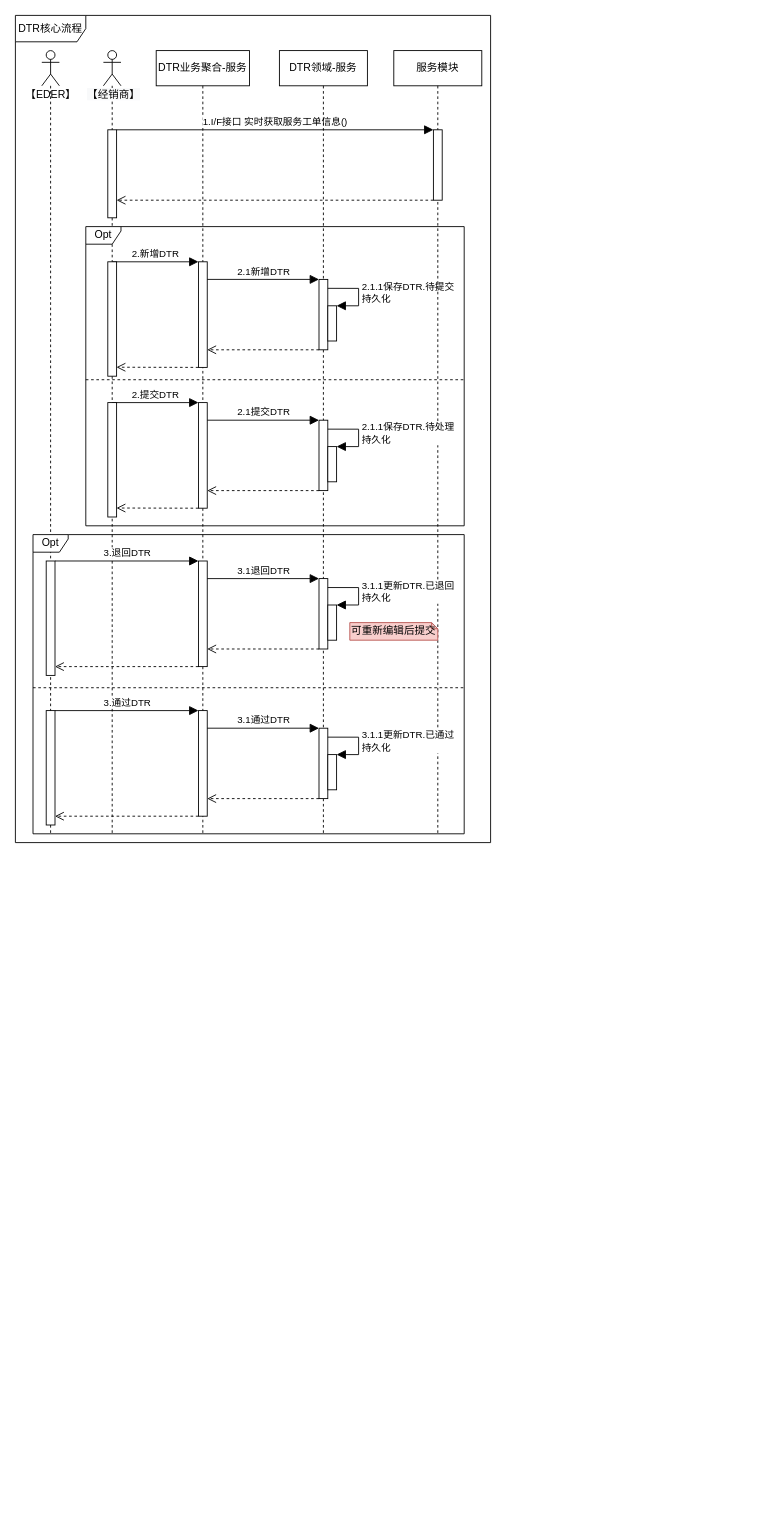
The draw.io diagram page "DTR核心流程" (8 of 8) of images/DTR时序图.drawio in 1132489442/designer, before the edit. Source tidied: cells renumbered, new cells numbered last; positions are measured from the earlier drawing's top-left corner, leaving out a move shared by most shapes. Both pictures are drawn from the tidied source at 88%, with x=0, y=0 at pixel (15, 15).
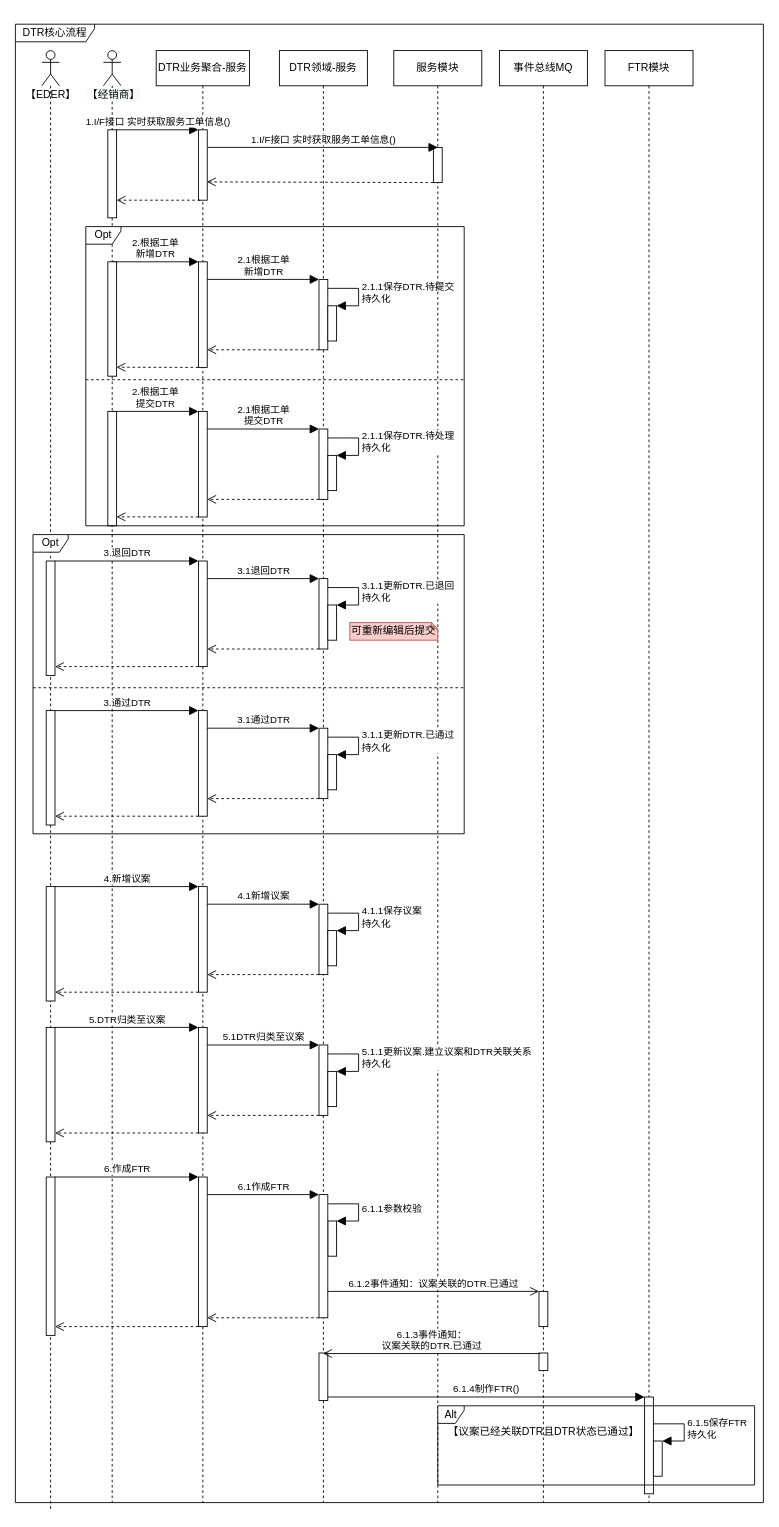
The same diagram, later.

Commit message (it also covers changes not shown here):
更新DTR时序图.drawio

The change refers to these unchanged cells:
```xml
<mxCell id="5" style="html=1;points=[];perimeter=orthogonalPerimeter;fillColor=#FFFFFF;" parent="2" vertex="1">
  <mxGeometry x="48" y="240" width="10" height="120" as="geometry" />
</mxCell>
<mxCell id="8" style="html=1;points=[];perimeter=orthogonalPerimeter;fillColor=#FFFFFF;" parent="7" vertex="1">
  <mxGeometry x="45" y="260" width="10" height="80" as="geometry" />
</mxCell>
```

The edit, as a diff of the source:
```diff
@@
     <mxCell id="2" value="DTR业务聚合-服务" style="shape=umlLifeline;perimeter=lifelinePerimeter;whiteSpace=wrap;html=1;" parent="1" vertex="1">
-      <mxGeometry x="160" y="40" width="106" height="890" as="geometry" />
+      <mxGeometry x="160" y="40" width="106" height="1650" as="geometry" />
     </mxCell>
@@
-    <mxCell id="4" style="html=1;verticalAlign=bottom;endArrow=open;dashed=1;endSize=8;exitX=0;exitY=0.95;rounded=0;" parent="2" edge="1">
+    <mxCell id="4" style="html=1;verticalAlign=bottom;endArrow=open;dashed=1;endSize=8;exitX=0;exitY=0.95;rounded=0;entryX=0.969;entryY=0.74;entryDx=0;entryDy=0;entryPerimeter=0;" parent="2" edge="1" target="19">
       <mxGeometry relative="1" as="geometry">
-        <mxPoint x="315" y="170" as="sourcePoint" />
-        <mxPoint x="-45" y="170" as="targetPoint" />
+        <mxPoint x="315" y="150" as="sourcePoint" />
       </mxGeometry>
     </mxCell>
@@
-    <mxCell id="6" value="2.新增DTR" style="html=1;verticalAlign=bottom;endArrow=block;entryX=0;entryY=0;rounded=0;endSize=8;" parent="2" edge="1" target="5">
+    <mxCell id="6" value="2.根据工单&lt;br&gt;新增DTR" style="html=1;verticalAlign=bottom;endArrow=block;entryX=0;entryY=0;rounded=0;endSize=8;" parent="2" edge="1" target="5">
       <mxGeometry relative="1" as="geometry">
         <mxPoint x="-50" y="240" as="sourcePoint" />
       </mxGeometry>
     </mxCell>
+    <mxCell id="19" style="html=1;points=[];perimeter=orthogonalPerimeter;fillColor=#FFFFFF;" parent="2" vertex="1">
+      <mxGeometry x="48" y="90" width="10" height="80" as="geometry" />
+    </mxCell>
     <mxCell id="7" value="DTR领域-服务" style="shape=umlLifeline;perimeter=lifelinePerimeter;whiteSpace=wrap;html=1;" parent="1" vertex="1">
-      <mxGeometry x="300" y="40" width="100" height="890" as="geometry" />
+      <mxGeometry x="300" y="40" width="100" height="1650" as="geometry" />
     </mxCell>
@@
+    <mxCell id="55" style="html=1;points=[];perimeter=orthogonalPerimeter;fillColor=#FFFFFF;" parent="7" vertex="1">
+      <mxGeometry x="55" y="1330" width="10" height="40" as="geometry" />
+    </mxCell>
+    <mxCell id="56" style="html=1;perimeter=orthogonalPerimeter;fillColor=#FFFFFF;" parent="7" vertex="1">
+      <mxGeometry x="45" y="1480" width="10" height="54" as="geometry" />
+    </mxCell>
     <mxCell id="11" style="shape=umlLifeline;participant=umlActor;perimeter=lifelinePerimeter;whiteSpace=wrap;html=1;verticalAlign=top;spacingTop=36;fillColor=#FFFFFF;" parent="1" vertex="1">
-      <mxGeometry x="30" y="40" width="20" height="890" as="geometry" />
+      <mxGeometry x="30" y="40" width="20" height="1660" as="geometry" />
     </mxCell>
@@
     <mxCell id="13" style="shape=umlLifeline;participant=umlActor;perimeter=lifelinePerimeter;whiteSpace=wrap;html=1;verticalAlign=top;spacingTop=36;fillColor=#FFFFFF;" parent="1" vertex="1">
-      <mxGeometry x="100" y="40" width="20" height="890" as="geometry" />
+      <mxGeometry x="100" y="40" width="20" height="1650" as="geometry" />
     </mxCell>
@@
     <mxCell id="18" value="服务模块" style="shape=umlLifeline;perimeter=lifelinePerimeter;whiteSpace=wrap;html=1;" parent="1" vertex="1">
-      <mxGeometry x="430" y="40" width="100" height="890" as="geometry" />
+      <mxGeometry x="430" y="40" width="100" height="1650" as="geometry" />
     </mxCell>
-    <mxCell id="19" style="html=1;points=[];perimeter=orthogonalPerimeter;fillColor=#FFFFFF;" parent="18" vertex="1">
-      <mxGeometry x="45" y="90" width="10" height="80" as="geometry" />
-    </mxCell>
@@
+    <mxCell id="57" style="html=1;perimeter=orthogonalPerimeter;fillColor=#FFFFFF;" parent="18" vertex="1">
+      <mxGeometry x="45" y="110" width="10" height="40" as="geometry" />
+    </mxCell>
@@
-    <mxCell id="22" value="2.1新增DTR" style="html=1;verticalAlign=bottom;endArrow=block;entryX=0;entryY=0;rounded=0;endSize=8;" parent="1" edge="1" target="8">
+    <mxCell id="22" value="2.1根据工单&lt;br&gt;新增DTR" style="html=1;verticalAlign=bottom;endArrow=block;entryX=0;entryY=0;rounded=0;endSize=8;" parent="1" edge="1" target="8">
       <mxGeometry relative="1" as="geometry">
         <mxPoint x="218" y="300" as="sourcePoint" />
       </mxGeometry>
     </mxCell>
@@
     <mxCell id="24" style="html=1;points=[];perimeter=orthogonalPerimeter;fillColor=#FFFFFF;" parent="1" vertex="1">
-      <mxGeometry x="208" y="440" width="10" height="120" as="geometry" />
+      <mxGeometry x="208" y="450" width="10" height="120" as="geometry" />
     </mxCell>
-    <mxCell id="25" value="2.提交DTR" style="html=1;verticalAlign=bottom;endArrow=block;entryX=0;entryY=0;rounded=0;endSize=8;" parent="1" edge="1" target="24">
+    <mxCell id="25" value="2.根据工单&lt;br&gt;提交DTR" style="html=1;verticalAlign=bottom;endArrow=block;entryX=0;entryY=0;rounded=0;endSize=8;" parent="1" edge="1" target="24">
       <mxGeometry relative="1" as="geometry">
-        <mxPoint x="110" y="440" as="sourcePoint" />
+        <mxPoint x="110" y="450" as="sourcePoint" />
       </mxGeometry>
     </mxCell>
     <mxCell id="26" style="html=1;points=[];perimeter=orthogonalPerimeter;fillColor=#FFFFFF;" parent="1" vertex="1">
-      <mxGeometry x="345" y="460" width="10" height="80" as="geometry" />
+      <mxGeometry x="345" y="470" width="10" height="80" as="geometry" />
     </mxCell>
     <mxCell id="27" style="html=1;points=[];perimeter=orthogonalPerimeter;fillColor=#FFFFFF;" parent="1" vertex="1">
-      <mxGeometry x="355" y="490" width="10" height="40" as="geometry" />
+      <mxGeometry x="355" y="500" width="10" height="40" as="geometry" />
     </mxCell>
     <mxCell id="28" value="2.1.1保存DTR.待处理&lt;br&gt;持久化" style="edgeStyle=orthogonalEdgeStyle;html=1;align=left;spacingLeft=2;endArrow=block;rounded=0;entryX=1;entryY=0;endSize=8;exitX=0.999;exitY=0.127;exitDx=0;exitDy=0;exitPerimeter=0;" parent="1" edge="1" source="26" target="27">
       <mxGeometry relative="1" as="geometry">
         <Array as="points">
-          <mxPoint x="390" y="470" />
-          <mxPoint x="390" y="490" />
+          <mxPoint x="390" y="480" />
+          <mxPoint x="390" y="500" />
         </Array>
       </mxGeometry>
     </mxCell>
     <mxCell id="29" style="html=1;perimeter=orthogonalPerimeter;fillColor=#FFFFFF;" parent="1" vertex="1">
-      <mxGeometry x="105" y="440" width="10" height="130" as="geometry" />
+      <mxGeometry x="105" y="450" width="10" height="130" as="geometry" />
     </mxCell>
     <mxCell id="30" style="html=1;verticalAlign=bottom;endArrow=open;dashed=1;endSize=8;exitX=0;exitY=0.95;rounded=0;entryX=0.987;entryY=0.875;entryDx=0;entryDy=0;entryPerimeter=0;" parent="1" edge="1">
       <mxGeometry relative="1" as="geometry">
-        <mxPoint x="208" y="560" as="sourcePoint" />
-        <mxPoint x="114.9" y="559.8" as="targetPoint" />
+        <mxPoint x="208" y="570" as="sourcePoint" />
+        <mxPoint x="114.9" y="569.8" as="targetPoint" />
       </mxGeometry>
     </mxCell>
-    <mxCell id="31" value="2.1提交DTR" style="html=1;verticalAlign=bottom;endArrow=block;entryX=0;entryY=0;rounded=0;endSize=8;" parent="1" edge="1" target="26">
+    <mxCell id="31" value="2.1根据工单&lt;br&gt;提交DTR" style="html=1;verticalAlign=bottom;endArrow=block;entryX=0;entryY=0;rounded=0;endSize=8;" parent="1" edge="1" target="26">
       <mxGeometry relative="1" as="geometry">
-        <mxPoint x="218" y="460" as="sourcePoint" />
+        <mxPoint x="218" y="470" as="sourcePoint" />
       </mxGeometry>
     </mxCell>
     <mxCell id="32" style="html=1;verticalAlign=bottom;endArrow=open;dashed=1;endSize=8;exitX=0;exitY=0.95;rounded=0;" parent="1" edge="1">
       <mxGeometry relative="1" as="geometry">
-        <mxPoint x="345" y="540" as="sourcePoint" />
-        <mxPoint x="218" y="540" as="targetPoint" />
+        <mxPoint x="345" y="550" as="sourcePoint" />
+        <mxPoint x="218" y="550" as="targetPoint" />
       </mxGeometry>
     </mxCell>
@@
+    <mxCell id="58" style="html=1;points=[];perimeter=orthogonalPerimeter;fillColor=#FFFFFF;" parent="1" vertex="1">
+      <mxGeometry x="35" y="990" width="10" height="130" as="geometry" />
+    </mxCell>
+    <mxCell id="59" style="html=1;points=[];perimeter=orthogonalPerimeter;fillColor=#FFFFFF;" parent="1" vertex="1">
+      <mxGeometry x="208" y="990" width="10" height="120" as="geometry" />
+    </mxCell>
+    <mxCell id="60" value="4.新增议案" style="html=1;verticalAlign=bottom;endArrow=block;entryX=0;entryY=0;rounded=0;endSize=8;" parent="1" edge="1" source="58" target="59">
+      <mxGeometry relative="1" as="geometry" />
+    </mxCell>
+    <mxCell id="61" style="html=1;points=[];perimeter=orthogonalPerimeter;fillColor=#FFFFFF;" parent="1" vertex="1">
+      <mxGeometry x="345" y="1010" width="10" height="80" as="geometry" />
+    </mxCell>
+    <mxCell id="62" style="html=1;points=[];perimeter=orthogonalPerimeter;fillColor=#FFFFFF;" parent="1" vertex="1">
+      <mxGeometry x="355" y="1040" width="10" height="40" as="geometry" />
+    </mxCell>
+    <mxCell id="63" value="4.1.1保存议案&lt;br&gt;持久化" style="edgeStyle=orthogonalEdgeStyle;html=1;align=left;spacingLeft=2;endArrow=block;rounded=0;entryX=1;entryY=0;endSize=8;exitX=0.999;exitY=0.127;exitDx=0;exitDy=0;exitPerimeter=0;" parent="1" edge="1" source="61" target="62">
+      <mxGeometry relative="1" as="geometry">
+        <Array as="points">
+          <mxPoint x="390" y="1020" />
+          <mxPoint x="390" y="1040" />
+        </Array>
+      </mxGeometry>
+    </mxCell>
+    <mxCell id="64" style="html=1;verticalAlign=bottom;endArrow=open;dashed=1;endSize=8;exitX=0;exitY=0.95;rounded=0;" parent="1" edge="1" target="58">
+      <mxGeometry relative="1" as="geometry">
+        <mxPoint x="208" y="1110" as="sourcePoint" />
+      </mxGeometry>
+    </mxCell>
+    <mxCell id="65" value="4.1新增议案" style="html=1;verticalAlign=bottom;endArrow=block;entryX=0;entryY=0;rounded=0;endSize=8;" parent="1" edge="1" target="61">
+      <mxGeometry relative="1" as="geometry">
+        <mxPoint x="218" y="1010" as="sourcePoint" />
+      </mxGeometry>
+    </mxCell>
+    <mxCell id="66" style="html=1;verticalAlign=bottom;endArrow=open;dashed=1;endSize=8;exitX=0;exitY=0.95;rounded=0;" parent="1" edge="1">
+      <mxGeometry relative="1" as="geometry">
+        <mxPoint x="345" y="1090" as="sourcePoint" />
+        <mxPoint x="218" y="1090" as="targetPoint" />
+      </mxGeometry>
+    </mxCell>
+    <mxCell id="67" style="html=1;points=[];perimeter=orthogonalPerimeter;fillColor=#FFFFFF;" parent="1" vertex="1">
+      <mxGeometry x="35" y="1150" width="10" height="130" as="geometry" />
+    </mxCell>
+    <mxCell id="68" style="html=1;points=[];perimeter=orthogonalPerimeter;fillColor=#FFFFFF;" parent="1" vertex="1">
+      <mxGeometry x="208" y="1150" width="10" height="120" as="geometry" />
+    </mxCell>
+    <mxCell id="69" value="5.DTR归类至议案" style="html=1;verticalAlign=bottom;endArrow=block;entryX=0;entryY=0;rounded=0;endSize=8;" parent="1" edge="1" source="67" target="68">
+      <mxGeometry relative="1" as="geometry" />
+    </mxCell>
+    <mxCell id="70" style="html=1;points=[];perimeter=orthogonalPerimeter;fillColor=#FFFFFF;" parent="1" vertex="1">
+      <mxGeometry x="345" y="1170" width="10" height="80" as="geometry" />
+    </mxCell>
+    <mxCell id="71" style="html=1;points=[];perimeter=orthogonalPerimeter;fillColor=#FFFFFF;" parent="1" vertex="1">
+      <mxGeometry x="355" y="1200" width="10" height="40" as="geometry" />
+    </mxCell>
+    <mxCell id="72" value="5.1.1更新议案.建立议案和DTR关联关系&lt;br&gt;持久化" style="edgeStyle=orthogonalEdgeStyle;html=1;align=left;spacingLeft=2;endArrow=block;rounded=0;entryX=1;entryY=0;endSize=8;exitX=0.999;exitY=0.127;exitDx=0;exitDy=0;exitPerimeter=0;" parent="1" edge="1" source="70" target="71">
+      <mxGeometry relative="1" as="geometry">
+        <Array as="points">
+          <mxPoint x="390" y="1180" />
+          <mxPoint x="390" y="1200" />
+        </Array>
+      </mxGeometry>
+    </mxCell>
+    <mxCell id="73" style="html=1;verticalAlign=bottom;endArrow=open;dashed=1;endSize=8;exitX=0;exitY=0.95;rounded=0;" parent="1" edge="1" target="67">
+      <mxGeometry relative="1" as="geometry">
+        <mxPoint x="208" y="1270" as="sourcePoint" />
+      </mxGeometry>
+    </mxCell>
+    <mxCell id="74" value="5.1DTR归类至议案" style="html=1;verticalAlign=bottom;endArrow=block;entryX=0;entryY=0;rounded=0;endSize=8;" parent="1" edge="1" target="70">
+      <mxGeometry relative="1" as="geometry">
+        <mxPoint x="218" y="1170" as="sourcePoint" />
+      </mxGeometry>
+    </mxCell>
+    <mxCell id="75" style="html=1;verticalAlign=bottom;endArrow=open;dashed=1;endSize=8;exitX=0;exitY=0.95;rounded=0;" parent="1" edge="1">
+      <mxGeometry relative="1" as="geometry">
+        <mxPoint x="345" y="1250" as="sourcePoint" />
+        <mxPoint x="218" y="1250" as="targetPoint" />
+      </mxGeometry>
+    </mxCell>
+    <mxCell id="76" style="html=1;points=[];perimeter=orthogonalPerimeter;fillColor=#FFFFFF;" parent="1" vertex="1">
+      <mxGeometry x="35" y="1320" width="10" height="180" as="geometry" />
+    </mxCell>
+    <mxCell id="77" style="html=1;points=[];perimeter=orthogonalPerimeter;fillColor=#FFFFFF;" parent="1" vertex="1">
+      <mxGeometry x="208" y="1320" width="10" height="170" as="geometry" />
+    </mxCell>
+    <mxCell id="78" value="6.作成FTR" style="html=1;verticalAlign=bottom;endArrow=block;entryX=0;entryY=0;rounded=0;endSize=8;" parent="1" edge="1" source="76" target="77">
+      <mxGeometry relative="1" as="geometry" />
+    </mxCell>
+    <mxCell id="79" style="html=1;points=[];perimeter=orthogonalPerimeter;fillColor=#FFFFFF;" parent="1" vertex="1">
+      <mxGeometry x="345" y="1340" width="10" height="140" as="geometry" />
+    </mxCell>
+    <mxCell id="80" style="html=1;verticalAlign=bottom;endArrow=open;dashed=1;endSize=8;exitX=0;exitY=0.95;rounded=0;" parent="1" edge="1">
+      <mxGeometry relative="1" as="geometry">
+        <mxPoint x="208" y="1490" as="sourcePoint" />
+        <mxPoint x="45" y="1490" as="targetPoint" />
+      </mxGeometry>
+    </mxCell>
+    <mxCell id="81" value="6.1作成FTR" style="html=1;verticalAlign=bottom;endArrow=block;entryX=0;entryY=0;rounded=0;endSize=8;" parent="1" edge="1" target="79">
+      <mxGeometry relative="1" as="geometry">
+        <mxPoint x="218" y="1340" as="sourcePoint" />
+      </mxGeometry>
+    </mxCell>
+    <mxCell id="82" style="html=1;verticalAlign=bottom;endArrow=open;dashed=1;endSize=8;exitX=0;exitY=0.95;rounded=0;" parent="1" edge="1">
+      <mxGeometry relative="1" as="geometry">
+        <mxPoint x="345" y="1480" as="sourcePoint" />
+        <mxPoint x="218" y="1480" as="targetPoint" />
+      </mxGeometry>
+    </mxCell>
+    <mxCell id="83" value="事件总线MQ" style="shape=umlLifeline;perimeter=lifelinePerimeter;whiteSpace=wrap;html=1;" parent="1" vertex="1">
+      <mxGeometry x="550" y="40" width="100" height="1650" as="geometry" />
+    </mxCell>
+    <mxCell id="84" style="html=1;points=[];perimeter=orthogonalPerimeter;fillColor=#FFFFFF;" parent="83" vertex="1">
+      <mxGeometry x="45" y="1410" width="10" height="40" as="geometry" />
+    </mxCell>
+    <mxCell id="85" style="html=1;perimeter=orthogonalPerimeter;fillColor=#FFFFFF;" parent="83" vertex="1">
+      <mxGeometry x="45" y="1480" width="10" height="20" as="geometry" />
+    </mxCell>
+    <mxCell id="86" value="6.1.1参数校验" style="edgeStyle=orthogonalEdgeStyle;html=1;align=left;spacingLeft=2;endArrow=block;rounded=0;entryX=1;entryY=0;endSize=8;exitX=1.042;exitY=0.075;exitDx=0;exitDy=0;exitPerimeter=0;" parent="1" edge="1" source="79" target="55">
+      <mxGeometry relative="1" as="geometry">
+        <Array as="points">
+          <mxPoint x="390" y="1351" />
+          <mxPoint x="390" y="1370" />
+        </Array>
+      </mxGeometry>
+    </mxCell>
+    <mxCell id="87" value="6.1.2事件通知：议案关联的DTR.已通过" style="html=1;verticalAlign=bottom;endArrow=open;entryX=0;entryY=0;rounded=0;endSize=8;endFill=0;" parent="1" edge="1" target="84">
+      <mxGeometry relative="1" as="geometry">
+        <mxPoint x="355" y="1450" as="sourcePoint" />
+      </mxGeometry>
+    </mxCell>
+    <mxCell id="88" value="FTR模块" style="shape=umlLifeline;perimeter=lifelinePerimeter;whiteSpace=wrap;html=1;" parent="1" vertex="1">
+      <mxGeometry x="670" y="40" width="100" height="1650" as="geometry" />
+    </mxCell>
+    <mxCell id="89" style="html=1;points=[];perimeter=orthogonalPerimeter;fillColor=#FFFFFF;" parent="88" vertex="1">
+      <mxGeometry x="45" y="1530" width="10" height="110" as="geometry" />
+    </mxCell>
+    <mxCell id="90" style="html=1;points=[];perimeter=orthogonalPerimeter;fillColor=#FFFFFF;" parent="88" vertex="1">
+      <mxGeometry x="55" y="1580" width="10" height="40" as="geometry" />
+    </mxCell>
+    <mxCell id="91" value="6.1.5保存FTR&lt;br&gt;持久化" style="edgeStyle=orthogonalEdgeStyle;html=1;align=left;spacingLeft=2;endArrow=block;rounded=0;entryX=1;entryY=0;endSize=8;exitX=1.016;exitY=0.132;exitDx=0;exitDy=0;exitPerimeter=0;" parent="88" edge="1" target="90">
+      <mxGeometry relative="1" as="geometry">
+        <mxPoint x="55.2" y="1560.5" as="sourcePoint" />
+        <Array as="points">
+          <mxPoint x="90" y="1561" />
+          <mxPoint x="90" y="1580" />
+        </Array>
+      </mxGeometry>
+    </mxCell>
+    <mxCell id="92" value="6.1.3事件通知：&lt;br&gt;议案关联的DTR.已通过" style="html=1;verticalAlign=bottom;endArrow=open;rounded=0;endSize=8;exitX=0.129;exitY=0.33;exitDx=0;exitDy=0;exitPerimeter=0;endFill=0;" parent="1" edge="1">
+      <mxGeometry relative="1" as="geometry">
+        <mxPoint x="596.3" y="1520.6" as="sourcePoint" />
+        <mxPoint x="349.6" y="1520.6" as="targetPoint" />
+      </mxGeometry>
+    </mxCell>
+    <mxCell id="93" value="6.1.4制作FTR()" style="html=1;verticalAlign=bottom;endArrow=block;entryX=0;entryY=0;rounded=0;endSize=8;endFill=1;" parent="1" edge="1" target="89">
+      <mxGeometry relative="1" as="geometry">
+        <mxPoint x="355" y="1570" as="sourcePoint" />
+      </mxGeometry>
+    </mxCell>
+    <mxCell id="94" value="Alt" style="shape=umlFrame;whiteSpace=wrap;html=1;fillColor=#FFFFFF;width=30;height=20;" parent="1" vertex="1">
+      <mxGeometry x="480" y="1580" width="360" height="90" as="geometry" />
+    </mxCell>
+    <mxCell id="95" value="【议案已经关联DTR且DTR状态已通过】" style="text;html=1;align=center;verticalAlign=middle;strokeColor=none;fillColor=none;" parent="1" vertex="1">
+      <mxGeometry x="485" y="1600" width="230" height="20" as="geometry" />
+    </mxCell>
+    <mxCell id="96" value="1.I/F接口 实时获取服务工单信息()" style="html=1;verticalAlign=bottom;endArrow=block;rounded=0;endSize=8;" parent="1" edge="1">
+      <mxGeometry relative="1" as="geometry">
+        <mxPoint x="218.5" y="150" as="sourcePoint" />
+        <mxPoint x="480" y="150" as="targetPoint" />
+      </mxGeometry>
+    </mxCell>
+    <mxCell id="97" style="html=1;verticalAlign=bottom;endArrow=open;dashed=1;endSize=8;rounded=0;entryX=0.969;entryY=0.74;entryDx=0;entryDy=0;entryPerimeter=0;" parent="1" edge="1">
+      <mxGeometry relative="1" as="geometry">
+        <mxPoint x="210" y="210" as="sourcePoint" />
+        <mxPoint x="115" y="210" as="targetPoint" />
+      </mxGeometry>
+    </mxCell>
-    <mxCell id="54" value="DTR核心流程" style="shape=umlFrame;whiteSpace=wrap;html=1;fillColor=#FFFFFF;width=80;height=30;" parent="1" vertex="1">
-      <mxGeometry width="540" height="940" as="geometry" />
+    <mxCell id="54" value="DTR核心流程" style="shape=umlFrame;whiteSpace=wrap;html=1;fillColor=#FFFFFF;width=90;height=20;" parent="1" vertex="1">
+      <mxGeometry y="10" width="850" height="1680" as="geometry" />
     </mxCell>
```
